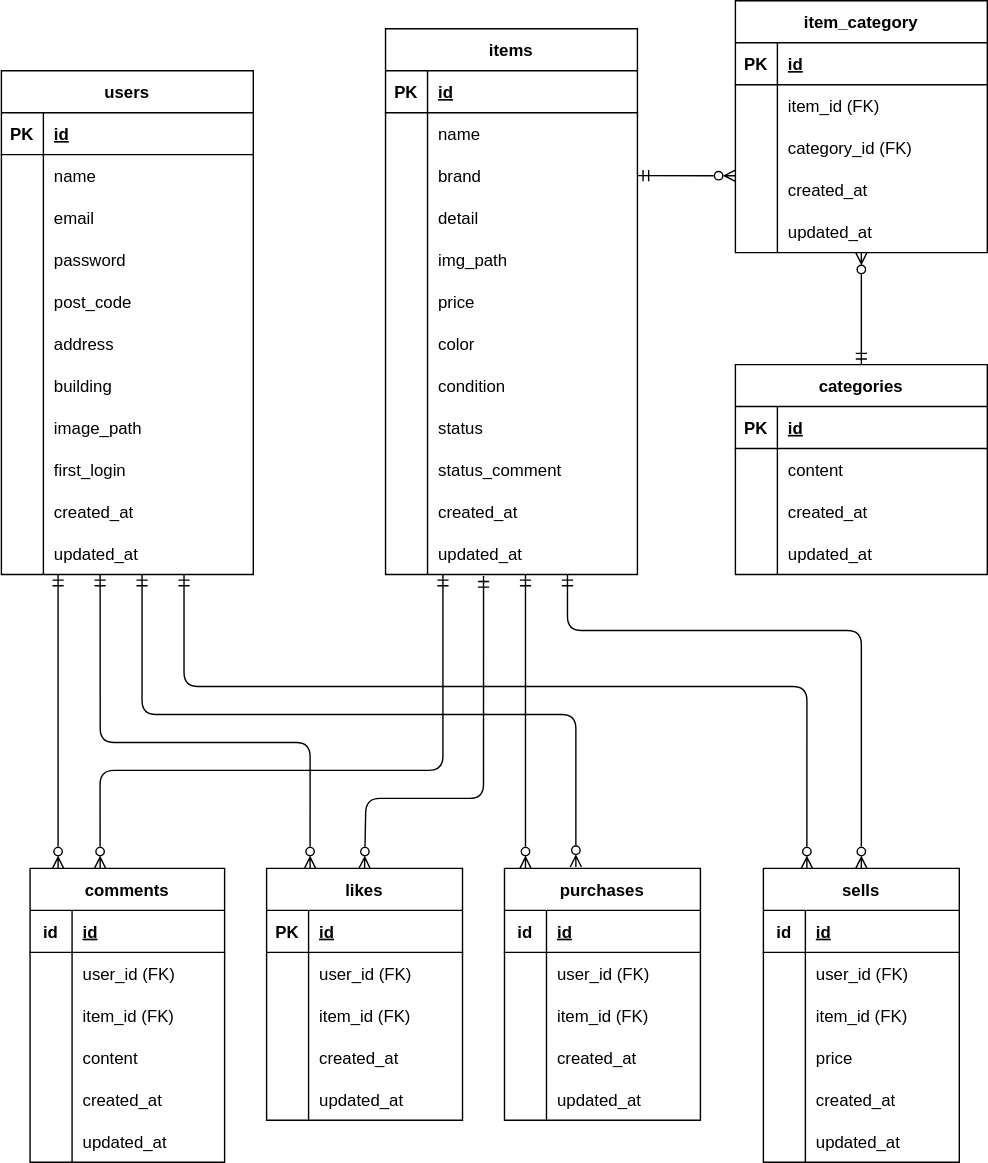
This is src/flea-market-test_ER.drawio.svg from dq-myk/flea-market-app, a draw.io export, as it was before one commit. Source tidied: cells renumbered, new cells last; positions are measured from the earlier drawing's top-left corner, leaving out a move shared by most shapes.
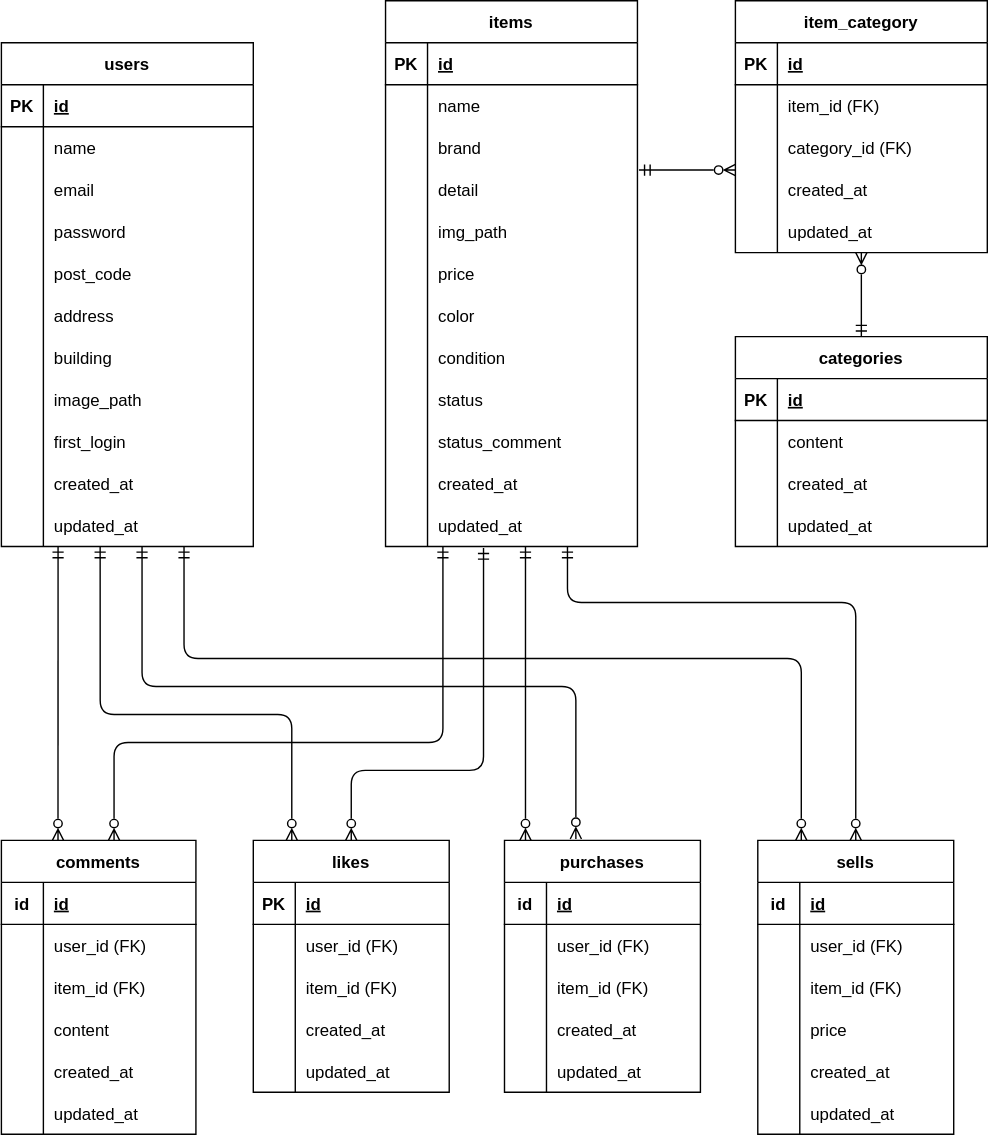
Later version of the same file.

The edit, as a diff of the source:
```diff
@@ -105,7 +105,7 @@
       <mxGeometry x="30" width="150" height="30" as="geometry" />
     </mxCell>
     <mxCell id="36" value="comments" style="shape=table;startSize=30;rowLines=0;fontStyle=1;align=center;" parent="1" vertex="1">
-      <mxGeometry x="20" y="620" width="139" height="210" as="geometry" />
+      <mxGeometry x="-0.5" y="620" width="139" height="210" as="geometry" />
     </mxCell>
     <mxCell id="37" style="shape=tableRow;horizontal=0;startSize=0;swimlaneHead=0;swimlaneBody=0;fillColor=none;top=0;left=0;right=0;bottom=1;" parent="36" vertex="1">
       <mxGeometry y="30" width="139" height="30" as="geometry" />
@@ -162,7 +162,7 @@
       <mxGeometry x="30" width="109" height="30" as="geometry" />
     </mxCell>
     <mxCell id="55" value="likes" style="shape=table;startSize=30;rowLines=0;fontStyle=1;align=center;" parent="1" vertex="1">
-      <mxGeometry x="189" y="620" width="140" height="180" as="geometry" />
+      <mxGeometry x="179.5" y="620" width="140" height="180" as="geometry" />
     </mxCell>
     <mxCell id="56" style="shape=tableRow;horizontal=0;startSize=0;swimlaneHead=0;swimlaneBody=0;fillColor=none;top=0;left=0;right=0;bottom=1;" parent="55" vertex="1">
       <mxGeometry y="30" width="140" height="30" as="geometry" />
@@ -321,7 +321,7 @@
       <mxGeometry x="30" width="150" height="30" as="geometry" />
     </mxCell>
     <mxCell id="108" value="item_category" style="shape=table;startSize=30;rowLines=0;fontStyle=1;align=center;" parent="1" vertex="1">
-      <mxGeometry x="524" width="180" height="180" as="geometry" />
+      <mxGeometry x="524" y="20" width="180" height="180" as="geometry" />
     </mxCell>
     <mxCell id="109" style="shape=tableRow;horizontal=0;startSize=0;swimlaneHead=0;swimlaneBody=0;fillColor=none;top=0;left=0;right=0;bottom=1;" parent="108" vertex="1">
       <mxGeometry y="30" width="180" height="30" as="geometry" />
@@ -456,7 +456,7 @@
       <mxGeometry x="30" width="110" height="30" as="geometry" />
     </mxCell>
     <mxCell id="153" value="sells" style="shape=table;startSize=30;rowLines=0;fontStyle=1;align=center;" parent="1" vertex="1">
-      <mxGeometry x="544" y="620" width="140" height="210" as="geometry" />
+      <mxGeometry x="540" y="620" width="140" height="210" as="geometry" />
     </mxCell>
     <mxCell id="154" style="shape=tableRow;horizontal=0;startSize=0;swimlaneHead=0;swimlaneBody=0;fillColor=none;top=0;left=0;right=0;bottom=1;" parent="153" vertex="1">
       <mxGeometry y="30" width="140" height="30" as="geometry" />
@@ -514,14 +514,14 @@
     </mxCell>
     <mxCell id="172" style="edgeStyle=none;html=1;startArrow=ERmandOne;startFill=0;endArrow=ERzeroToMany;endFill=0;exitX=0.5;exitY=0;exitDx=0;exitDy=0;" parent="1" edge="1" source="124">
       <mxGeometry relative="1" as="geometry">
-        <mxPoint x="614" y="180" as="targetPoint" />
+        <mxPoint x="614" y="200" as="targetPoint" />
       </mxGeometry>
     </mxCell>
     <mxCell id="173" style="edgeStyle=orthogonalEdgeStyle;html=1;startArrow=ERmandOne;startFill=0;endArrow=ERzeroToMany;endFill=0;entryX=0.222;entryY=0;entryDx=0;entryDy=0;entryPerimeter=0;exitX=0.725;exitY=1;exitDx=0;exitDy=0;exitPerimeter=0;" parent="1" edge="1" source="33" target="153">
       <mxGeometry relative="1" as="geometry">
         <Array as="points">
           <mxPoint x="130" y="490" />
-          <mxPoint x="575" y="490" />
+          <mxPoint x="571" y="490" />
         </Array>
       </mxGeometry>
     </mxCell>
@@ -535,25 +535,28 @@
         </Array>
       </mxGeometry>
     </mxCell>
-    <mxCell id="175" style="edgeStyle=orthogonalEdgeStyle;html=1;startArrow=ERmandOne;startFill=0;endArrow=ERzeroToMany;endFill=0;entryX=0.222;entryY=0;entryDx=0;entryDy=0;entryPerimeter=0;exitX=0.392;exitY=1;exitDx=0;exitDy=0;exitPerimeter=0;" parent="1" edge="1" source="33" target="55">
+    <mxCell id="175" style="edgeStyle=orthogonalEdgeStyle;html=1;startArrow=ERmandOne;startFill=0;endArrow=ERzeroToMany;endFill=0;exitX=0.392;exitY=1;exitDx=0;exitDy=0;exitPerimeter=0;" parent="1" edge="1" source="33">
       <mxGeometry relative="1" as="geometry">
+        <mxPoint x="207" y="620" as="targetPoint" />
         <Array as="points">
           <mxPoint x="70" y="530" />
-          <mxPoint x="220" y="530" />
+          <mxPoint x="207" y="530" />
         </Array>
       </mxGeometry>
     </mxCell>
-    <mxCell id="176" style="edgeStyle=none;html=1;startArrow=ERmandOne;startFill=0;endArrow=ERzeroToMany;endFill=0;entryX=0.144;entryY=0;entryDx=0;entryDy=0;entryPerimeter=0;" parent="1" edge="1" target="36">
+    <mxCell id="176" style="edgeStyle=none;html=1;startArrow=ERmandOne;startFill=0;endArrow=ERzeroToMany;endFill=0;entryX=0.291;entryY=0;entryDx=0;entryDy=0;entryPerimeter=0;" parent="1" edge="1" target="36">
       <mxGeometry relative="1" as="geometry">
         <mxPoint x="40" y="410" as="sourcePoint" />
       </mxGeometry>
     </mxCell>
-    <mxCell id="177" style="edgeStyle=orthogonalEdgeStyle;html=1;startArrow=ERmandOne;startFill=0;endArrow=ERzeroToMany;endFill=0;entryX=0.36;entryY=0;entryDx=0;entryDy=0;entryPerimeter=0;" parent="1" edge="1" target="36">
+    <mxCell id="177" style="edgeStyle=orthogonalEdgeStyle;html=1;startArrow=ERmandOne;startFill=0;endArrow=ERzeroToMany;endFill=0;" parent="1" edge="1">
       <mxGeometry relative="1" as="geometry">
         <mxPoint x="315" y="410" as="sourcePoint" />
+        <mxPoint x="80" y="620" as="targetPoint" />
         <Array as="points">
           <mxPoint x="315" y="550" />
-          <mxPoint x="70" y="550" />
+          <mxPoint x="80" y="550" />
+          <mxPoint x="80" y="620" />
         </Array>
       </mxGeometry>
     </mxCell>
@@ -561,7 +564,7 @@
       <mxGeometry relative="1" as="geometry">
         <Array as="points">
           <mxPoint x="344" y="570" />
-          <mxPoint x="260" y="570" />
+          <mxPoint x="250" y="570" />
         </Array>
       </mxGeometry>
     </mxCell>
@@ -576,11 +579,11 @@
         <mxPoint x="404" y="410" as="sourcePoint" />
         <Array as="points">
           <mxPoint x="404" y="450" />
-          <mxPoint x="614" y="450" />
+          <mxPoint x="610" y="450" />
         </Array>
       </mxGeometry>
     </mxCell>
-    <mxCell id="181" style="edgeStyle=none;html=1;startArrow=ERmandOne;startFill=0;endArrow=ERzeroToMany;endFill=0;exitX=1;exitY=0.5;exitDx=0;exitDy=0;entryX=0;entryY=0.167;entryDx=0;entryDy=0;entryPerimeter=0;" parent="1" edge="1" source="78" target="118">
+    <mxCell id="181" style="edgeStyle=none;html=1;startArrow=ERmandOne;startFill=0;endArrow=ERzeroToMany;endFill=0;exitX=1.006;exitY=0.033;exitDx=0;exitDy=0;exitPerimeter=0;entryX=0;entryY=0.033;entryDx=0;entryDy=0;entryPerimeter=0;" parent="1" edge="1" source="81" target="118">
       <mxGeometry relative="1" as="geometry" />
     </mxCell>
   </root>
```
